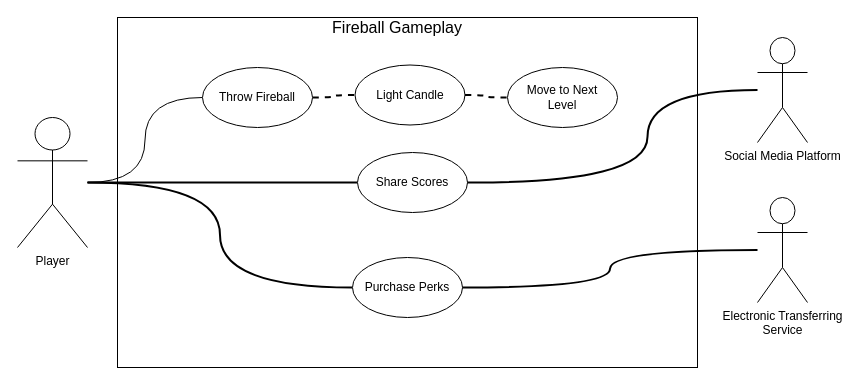
Before: page "Use Case Diagram" (1 of 3) of FireballGameDiagrams.drawio in aulo/CISC210Draw, a draw.io diagram. Source tidied: cells renumbered, new cells numbered last; positions are measured from the earlier drawing's top-left corner, leaving out a move shared by most shapes. Both pictures are drawn from the tidied source at 100%, with x=0, y=0 at pixel (17, 17).
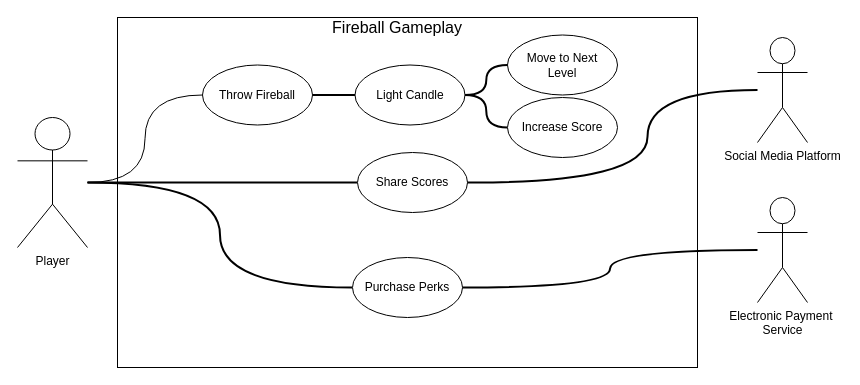
The same page after the edit.

The change refers to these unchanged cells:
```xml
<mxCell id="10" value="Light Candle" style="ellipse;whiteSpace=wrap;html=1;" parent="1" vertex="1">
  <mxGeometry x="337.5" y="47.5" width="110" height="60" as="geometry" />
</mxCell>
```

Diff of the diagram source:
```diff
@@
-    <mxCell id="7" style="edgeStyle=orthogonalEdgeStyle;curved=1;jettySize=auto;html=1;endArrow=none;endFill=0;strokeWidth=2;fontSize=16;dashed=1;" parent="1" edge="1" source="8" target="10">
+    <mxCell id="7" style="edgeStyle=orthogonalEdgeStyle;curved=1;jettySize=auto;html=1;endArrow=none;endFill=0;strokeWidth=2;fontSize=16;" parent="1" edge="1" source="8" target="10">
       <mxGeometry relative="1" as="geometry" />
     </mxCell>
     <mxCell id="8" value="Throw Fireball" style="ellipse;whiteSpace=wrap;html=1;" parent="1" vertex="1">
-      <mxGeometry x="185" y="50" width="110" height="60" as="geometry" />
+      <mxGeometry x="185" y="47.5" width="110" height="60" as="geometry" />
     </mxCell>
-    <mxCell id="9" style="edgeStyle=orthogonalEdgeStyle;curved=1;jettySize=auto;html=1;dashed=1;endArrow=none;endFill=0;strokeWidth=2;fontSize=16;" parent="1" edge="1" source="10" target="11">
+    <mxCell id="9" style="edgeStyle=orthogonalEdgeStyle;curved=1;jettySize=auto;html=1;endArrow=none;endFill=0;strokeWidth=2;fontSize=16;" parent="1" edge="1" source="10" target="11">
       <mxGeometry relative="1" as="geometry" />
     </mxCell>
@@
     <mxCell id="11" value="Move to Next&lt;br&gt;Level" style="ellipse;whiteSpace=wrap;html=1;" parent="1" vertex="1">
-      <mxGeometry x="490" y="50" width="110" height="60" as="geometry" />
+      <mxGeometry x="490" y="17.5" width="110" height="60" as="geometry" />
     </mxCell>
@@
-    <mxCell id="18" value="Electronic Transferring &lt;br&gt;Service" style="shape=umlActor;verticalLabelPosition=bottom;labelBackgroundColor=#ffffff;verticalAlign=top;html=1;outlineConnect=0;" parent="1" vertex="1">
+    <mxCell id="18" value="Electronic Payment&amp;nbsp;&lt;br&gt;Service" style="shape=umlActor;verticalLabelPosition=bottom;labelBackgroundColor=#ffffff;verticalAlign=top;html=1;outlineConnect=0;" parent="1" vertex="1">
       <mxGeometry x="740" y="180" width="50" height="105" as="geometry" />
     </mxCell>
+    <mxCell id="19" style="edgeStyle=orthogonalEdgeStyle;jettySize=auto;html=1;entryX=1;entryY=0.5;entryDx=0;entryDy=0;endArrow=none;endFill=0;curved=1;strokeWidth=2;" parent="1" edge="1" source="20" target="10">
+      <mxGeometry relative="1" as="geometry" />
+    </mxCell>
+    <mxCell id="20" value="Increase Score" style="ellipse;whiteSpace=wrap;html=1;" parent="1" vertex="1">
+      <mxGeometry x="490" y="80" width="110" height="60" as="geometry" />
+    </mxCell>
```
